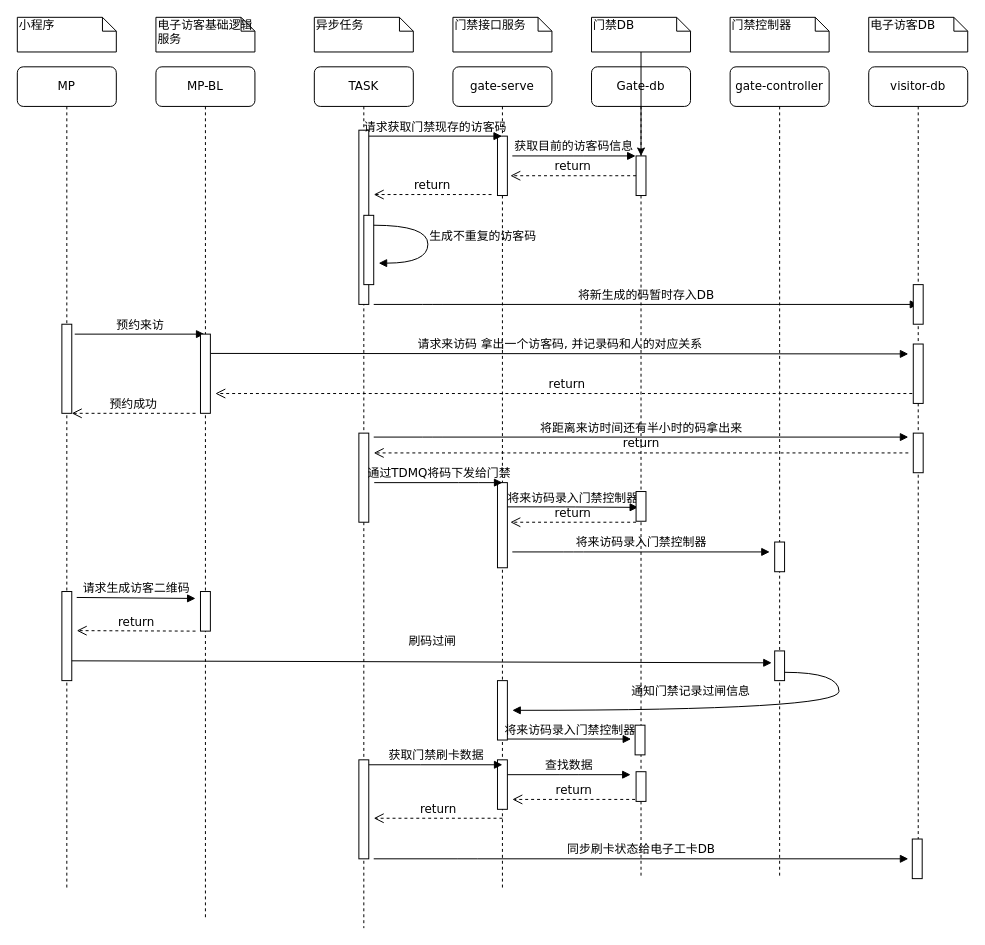
This is Untitled Diagram.drawio from subing4438/proj, a draw.io file, before an edit. Source tidied: cells renumbered, new cells numbered last; positions are measured from the earlier drawing's top-left corner, leaving out a move shared by most shapes. Both pictures are drawn from the tidied source at 99%, with x=0, y=0 at pixel (17, 17).
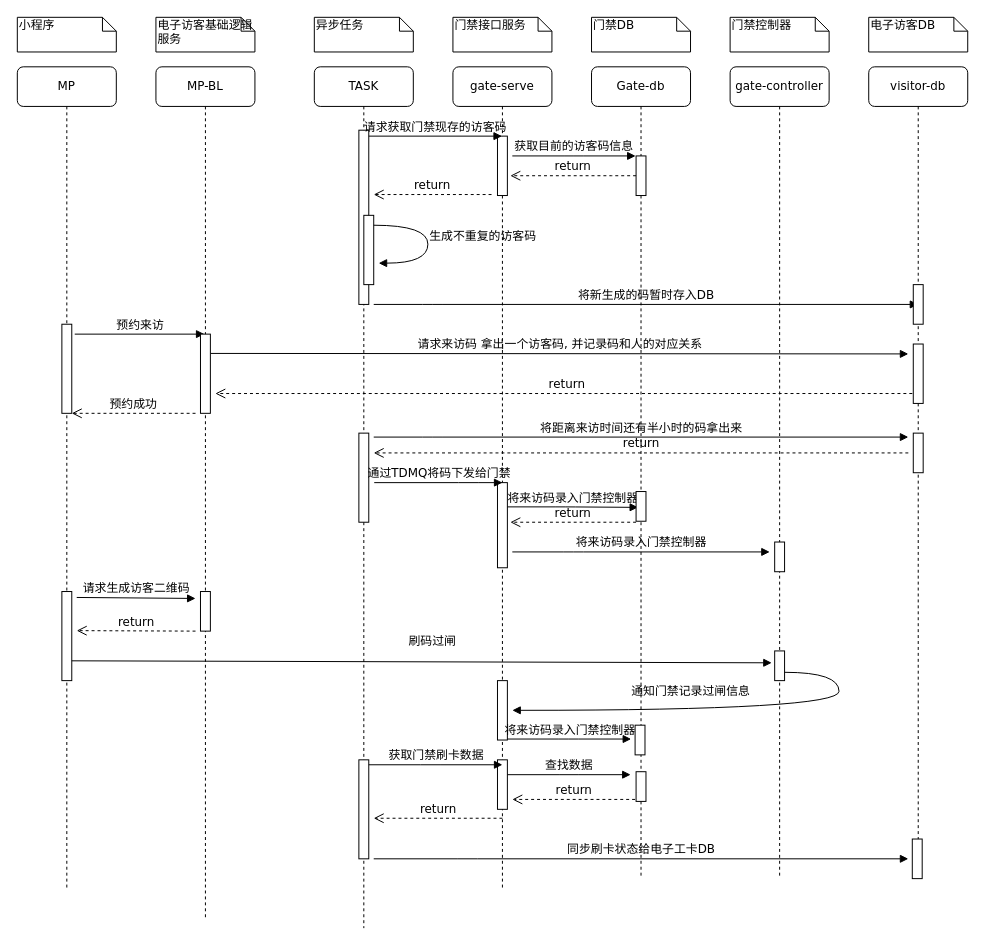
The same page after the edit.

Unchanged cells that the change refers to:
```xml
<mxCell id="11" style="html=1;points=[];perimeter=orthogonalPerimeter;rounded=0;shadow=0;comic=0;labelBackgroundColor=none;strokeWidth=1;fontFamily=Verdana;fontSize=12;align=center;" parent="1" vertex="1">
  <mxGeometry x="625" y="140" width="10" height="40" as="geometry" />
</mxCell>
<mxCell id="22" value="&lt;span style=&quot;text-align: center&quot;&gt;门禁DB&lt;/span&gt;" style="shape=note;whiteSpace=wrap;html=1;size=14;verticalAlign=top;align=left;spacingTop=-6;rounded=0;shadow=0;comic=0;labelBackgroundColor=none;strokeWidth=1;fontFamily=Verdana;fontSize=12;" parent="1" vertex="1">
  <mxGeometry x="580" width="100" height="35" as="geometry" />
</mxCell>
```

The edit, as a diff of the source:
```diff
@@
-    <mxCell id="21" style="edgeStyle=orthogonalEdgeStyle;rounded=0;jettySize=auto;html=1;" parent="1" edge="1" source="22" target="11">
-      <mxGeometry relative="1" as="geometry" />
-    </mxCell>
```
